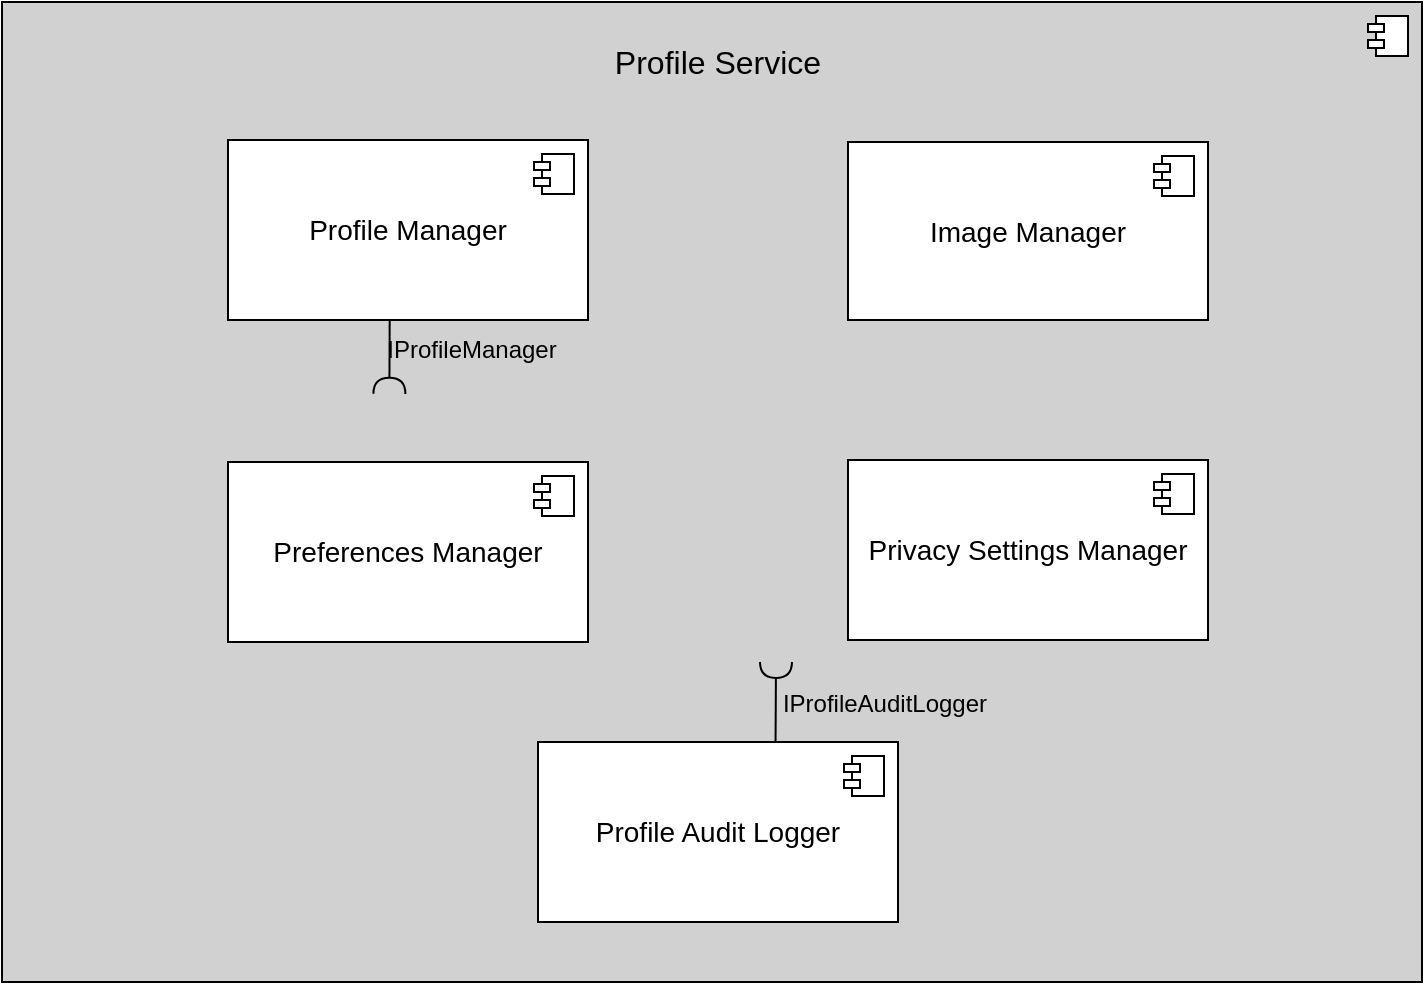
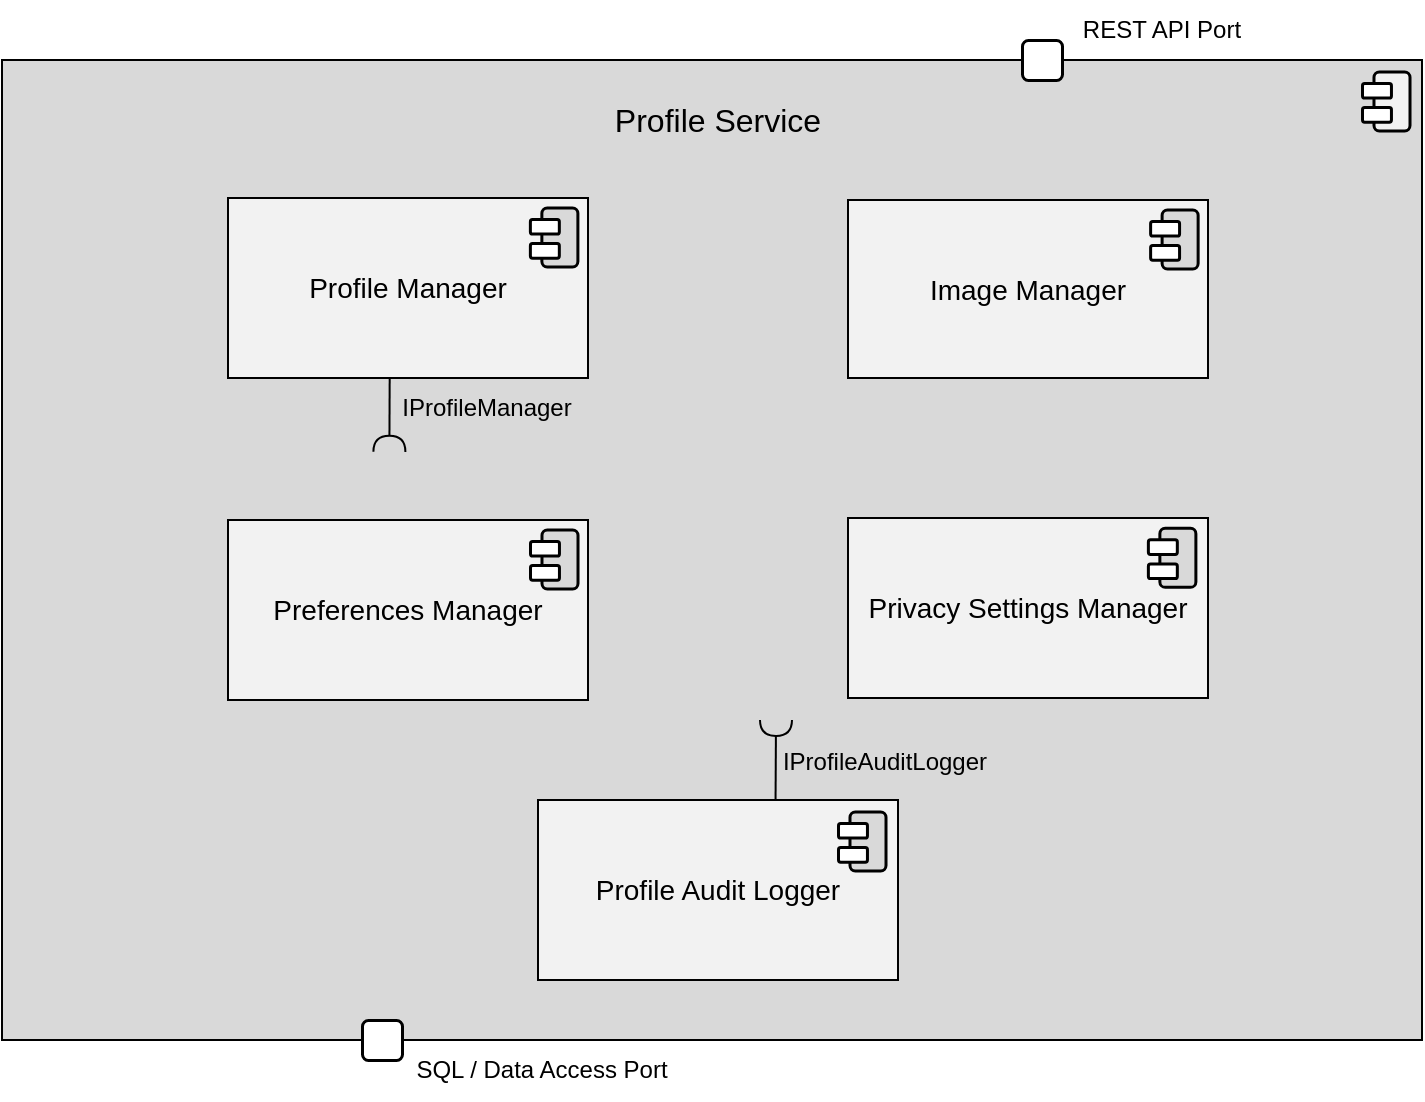
<mxfile host="app.diagrams.net">
  <diagram name="Page-1" id="Py3juHFD58z0cr8qg1av">
-     <mxGraphModel dx="1030" dy="623" grid="1" gridSize="10" guides="1" tooltips="1" connect="1" arrows="1" fold="1" page="1" pageScale="1" pageWidth="850" pageHeight="1100" background="#ffffff" math="0" shadow="0">
+     <mxGraphModel dx="927" dy="850" grid="1" gridSize="10" guides="1" tooltips="1" connect="1" arrows="1" fold="1" page="1" pageScale="1" pageWidth="850" pageHeight="1100" background="#ffffff" math="0" shadow="0">
      <root>
        <mxCell id="0" />
        <mxCell id="1" parent="0" />
-         <mxCell id="z4I_hjOBN-ivAa0aqsfb-10" parent="1" style="html=1;dropTarget=0;whiteSpace=wrap;fillColor=#D1D1D1;" value="" vertex="1">
-           <mxGeometry height="490" width="710" x="75" y="20" as="geometry" />
-         </mxCell>
-         <mxCell id="z4I_hjOBN-ivAa0aqsfb-11" parent="z4I_hjOBN-ivAa0aqsfb-10" style="shape=module;jettyWidth=8;jettyHeight=4;" value="" vertex="1">
-           <mxGeometry height="20" relative="1" width="20" x="1" as="geometry">
-             <mxPoint x="-27" y="7" as="offset" />
-           </mxGeometry>
+         <mxCell id="z4I_hjOBN-ivAa0aqsfb-10" parent="1" style="html=1;dropTarget=0;whiteSpace=wrap;fillColor=#D9D9D9;" value="" vertex="1">
+           <mxGeometry height="490" width="710" x="70" y="305" as="geometry" />
        </mxCell>
        <mxCell id="tTuNCI0Hu_eXMR3PhzNZ-4" parent="1" style="ellipse;whiteSpace=wrap;html=1;align=center;aspect=fixed;fillColor=none;strokeColor=none;resizable=0;perimeter=centerPerimeter;rotatable=0;allowArrows=0;points=[];outlineConnect=1;" value="" vertex="1">
-           <mxGeometry height="10" width="10" x="440" y="200" as="geometry" />
+           <mxGeometry height="10" width="10" x="435" y="485" as="geometry" />
        </mxCell>
-         <mxCell id="AhYmS4d0D3Z7Zr6uvmVJ-4" parent="1" style="text;html=1;whiteSpace=wrap;strokeColor=none;fillColor=none;align=center;verticalAlign=middle;rounded=0;fontSize=16;" value="&lt;font face=&quot;Arial&quot;&gt;Profile Service&lt;/font&gt;" vertex="1">
-           <mxGeometry height="40" width="130" x="368" y="30" as="geometry" />
+         <mxCell id="AhYmS4d0D3Z7Zr6uvmVJ-4" parent="1" style="text;html=1;whiteSpace=wrap;strokeColor=none;fillColor=none;align=center;verticalAlign=middle;rounded=0;fontSize=16;fontFamily=Arial;" value="&lt;font&gt;Profile Service&lt;/font&gt;" vertex="1">
+           <mxGeometry height="40" width="130" x="363" y="315" as="geometry" />
        </mxCell>
-         <mxCell id="z4I_hjOBN-ivAa0aqsfb-2" parent="1" style="html=1;dropTarget=0;whiteSpace=wrap;" value="&lt;font face=&quot;Arial&quot;&gt;&lt;span style=&quot;font-size: 14px;&quot;&gt;Profile Manager&lt;/span&gt;&lt;/font&gt;" vertex="1">
-           <mxGeometry height="90" width="180" x="188" y="89" as="geometry" />
+         <mxCell id="z4I_hjOBN-ivAa0aqsfb-2" parent="1" style="html=1;dropTarget=0;whiteSpace=wrap;fillColor=#F2F2F2;fontFamily=Arial;" value="&lt;font&gt;&lt;span style=&quot;font-size: 14px;&quot;&gt;Profile Manager&lt;/span&gt;&lt;/font&gt;" vertex="1">
+           <mxGeometry height="90" width="180" x="183" y="374" as="geometry" />
        </mxCell>
-         <mxCell id="z4I_hjOBN-ivAa0aqsfb-3" parent="z4I_hjOBN-ivAa0aqsfb-2" style="shape=module;jettyWidth=8;jettyHeight=4;" value="" vertex="1">
-           <mxGeometry height="20" relative="1" width="20" x="1" as="geometry">
-             <mxPoint x="-27" y="7" as="offset" />
-           </mxGeometry>
+         <mxCell id="z4I_hjOBN-ivAa0aqsfb-4" parent="1" style="html=1;dropTarget=0;whiteSpace=wrap;fillColor=#F2F2F2;fontFamily=Arial;" value="&lt;div&gt;&lt;font&gt;&lt;span style=&quot;font-size: 14px;&quot;&gt;Preferences Manager&lt;/span&gt;&lt;/font&gt;&lt;/div&gt;" vertex="1">
+           <mxGeometry height="90" width="180" x="183" y="535" as="geometry" />
        </mxCell>
-         <mxCell id="z4I_hjOBN-ivAa0aqsfb-4" parent="1" style="html=1;dropTarget=0;whiteSpace=wrap;" value="&lt;div&gt;&lt;font face=&quot;Arial&quot;&gt;&lt;span style=&quot;font-size: 14px;&quot;&gt;Preferences Manager&lt;/span&gt;&lt;/font&gt;&lt;/div&gt;" vertex="1">
-           <mxGeometry height="90" width="180" x="188" y="250" as="geometry" />
+         <mxCell id="z4I_hjOBN-ivAa0aqsfb-6" parent="1" style="html=1;dropTarget=0;whiteSpace=wrap;fillColor=#F2F2F2;fontFamily=Arial;" value="&lt;font&gt;&lt;span style=&quot;font-size: 14px;&quot;&gt;Privacy Settings Manager&lt;/span&gt;&lt;/font&gt;" vertex="1">
+           <mxGeometry height="90" width="180" x="493" y="534" as="geometry" />
        </mxCell>
-         <mxCell id="z4I_hjOBN-ivAa0aqsfb-5" parent="z4I_hjOBN-ivAa0aqsfb-4" style="shape=module;jettyWidth=8;jettyHeight=4;" value="" vertex="1">
-           <mxGeometry height="20" relative="1" width="20" x="1" as="geometry">
-             <mxPoint x="-27" y="7" as="offset" />
-           </mxGeometry>
+         <mxCell id="z4I_hjOBN-ivAa0aqsfb-8" parent="1" style="html=1;dropTarget=0;whiteSpace=wrap;fillColor=#F2F2F2;fontFamily=Arial;" value="&lt;font style=&quot;font-size: 14px;&quot;&gt;Image Manager&lt;/font&gt;" vertex="1">
+           <mxGeometry height="89" width="180" x="493" y="375" as="geometry" />
        </mxCell>
-         <mxCell id="z4I_hjOBN-ivAa0aqsfb-6" parent="1" style="html=1;dropTarget=0;whiteSpace=wrap;" value="&lt;span style=&quot;font-size: 14px;&quot;&gt;Privacy Settings Manager&lt;/span&gt;" vertex="1">
-           <mxGeometry height="90" width="180" x="498" y="249" as="geometry" />
-         </mxCell>
-         <mxCell id="z4I_hjOBN-ivAa0aqsfb-7" parent="z4I_hjOBN-ivAa0aqsfb-6" style="shape=module;jettyWidth=8;jettyHeight=4;" value="" vertex="1">
-           <mxGeometry height="20" relative="1" width="20" x="1" as="geometry">
-             <mxPoint x="-27" y="7" as="offset" />
-           </mxGeometry>
-         </mxCell>
-         <mxCell id="z4I_hjOBN-ivAa0aqsfb-8" parent="1" style="html=1;dropTarget=0;whiteSpace=wrap;" value="&lt;font style=&quot;font-size: 14px;&quot; face=&quot;Arial&quot; data-font-src=&quot;https://fonts.googleapis.com/css?family=Arial&quot;&gt;Image Manager&lt;/font&gt;" vertex="1">
-           <mxGeometry height="89" width="180" x="498" y="90" as="geometry" />
-         </mxCell>
-         <mxCell id="z4I_hjOBN-ivAa0aqsfb-9" parent="z4I_hjOBN-ivAa0aqsfb-8" style="shape=module;jettyWidth=8;jettyHeight=4;" value="" vertex="1">
-           <mxGeometry height="20" relative="1" width="20" x="1" as="geometry">
-             <mxPoint x="-27" y="7" as="offset" />
-           </mxGeometry>
-         </mxCell>
-         <mxCell id="FxNRL7uggNpci9tqDA-o-2" parent="1" style="html=1;dropTarget=0;whiteSpace=wrap;" value="&lt;font face=&quot;Arial&quot;&gt;&lt;span style=&quot;font-size: 14px;&quot;&gt;Profile Audit Logger&lt;/span&gt;&lt;/font&gt;" vertex="1">
-           <mxGeometry height="90" width="180" x="343" y="390" as="geometry" />
-         </mxCell>
-         <mxCell id="FxNRL7uggNpci9tqDA-o-3" parent="FxNRL7uggNpci9tqDA-o-2" style="shape=module;jettyWidth=8;jettyHeight=4;" value="" vertex="1">
-           <mxGeometry height="20" relative="1" width="20" x="1" as="geometry">
-             <mxPoint x="-27" y="7" as="offset" />
-           </mxGeometry>
+         <mxCell id="FxNRL7uggNpci9tqDA-o-2" parent="1" style="html=1;dropTarget=0;whiteSpace=wrap;fillColor=#F2F2F2;fontFamily=Arial;" value="&lt;font&gt;&lt;span style=&quot;font-size: 14px;&quot;&gt;Profile Audit Logger&lt;/span&gt;&lt;/font&gt;" vertex="1">
+           <mxGeometry height="90" width="180" x="338" y="675" as="geometry" />
        </mxCell>
        <mxCell id="FxNRL7uggNpci9tqDA-o-7" parent="1" style="ellipse;whiteSpace=wrap;html=1;align=center;aspect=fixed;fillColor=none;strokeColor=none;resizable=0;perimeter=centerPerimeter;rotatable=0;allowArrows=0;points=[];outlineConnect=1;" value="" vertex="1">
-           <mxGeometry height="10" width="10" x="406" y="339" as="geometry" />
+           <mxGeometry height="10" width="10" x="401" y="624" as="geometry" />
        </mxCell>
        <mxCell id="FxNRL7uggNpci9tqDA-o-18" parent="1" style="ellipse;whiteSpace=wrap;html=1;align=center;aspect=fixed;fillColor=none;strokeColor=none;resizable=0;perimeter=centerPerimeter;rotatable=0;allowArrows=0;points=[];outlineConnect=1;" value="" vertex="1">
-           <mxGeometry height="10" width="10" x="410" y="366" as="geometry" />
+           <mxGeometry height="10" width="10" x="405" y="651" as="geometry" />
        </mxCell>
        <mxCell id="FxNRL7uggNpci9tqDA-o-20" parent="1" style="ellipse;whiteSpace=wrap;html=1;align=center;aspect=fixed;fillColor=none;strokeColor=none;resizable=0;perimeter=centerPerimeter;rotatable=0;allowArrows=0;points=[];outlineConnect=1;" value="" vertex="1">
-           <mxGeometry height="10" width="10" x="390" y="330" as="geometry" />
+           <mxGeometry height="10" width="10" x="385" y="615" as="geometry" />
        </mxCell>
        <mxCell id="FxNRL7uggNpci9tqDA-o-25" parent="1" style="ellipse;whiteSpace=wrap;html=1;align=center;aspect=fixed;fillColor=none;strokeColor=none;resizable=0;perimeter=centerPerimeter;rotatable=0;allowArrows=0;points=[];outlineConnect=1;" value="" vertex="1">
-           <mxGeometry height="10" width="10" x="390" y="230" as="geometry" />
+           <mxGeometry height="10" width="10" x="385" y="515" as="geometry" />
        </mxCell>
        <mxCell id="FxNRL7uggNpci9tqDA-o-27" edge="1" parent="1" style="rounded=0;orthogonalLoop=1;jettySize=auto;html=1;endArrow=halfCircle;endFill=0;endSize=6;strokeWidth=1;sketch=0;fontSize=12;curved=1;exitX=0.438;exitY=1.042;exitDx=0;exitDy=0;exitPerimeter=0;entryX=0.27;entryY=0.408;entryDx=0;entryDy=0;entryPerimeter=0;" value="">
          <mxGeometry relative="1" as="geometry">
-             <mxPoint x="268.8399999999999" y="178.77999999999997" as="sourcePoint" />
-             <mxPoint x="268.70000000000005" y="215.91999999999996" as="targetPoint" />
+             <mxPoint x="263.8399999999999" y="463.78" as="sourcePoint" />
+             <mxPoint x="263.70000000000005" y="500.91999999999996" as="targetPoint" />
          </mxGeometry>
        </mxCell>
        <mxCell id="FxNRL7uggNpci9tqDA-o-28" parent="1" style="ellipse;whiteSpace=wrap;html=1;align=center;aspect=fixed;fillColor=none;strokeColor=none;resizable=0;perimeter=centerPerimeter;rotatable=0;allowArrows=0;points=[];outlineConnect=1;" value="" vertex="1">
-           <mxGeometry height="10" width="10" x="430" y="270" as="geometry" />
+           <mxGeometry height="10" width="10" x="425" y="555" as="geometry" />
        </mxCell>
        <mxCell id="FxNRL7uggNpci9tqDA-o-29" edge="1" parent="1" style="rounded=0;orthogonalLoop=1;jettySize=auto;html=1;endArrow=halfCircle;endFill=0;endSize=6;strokeWidth=1;sketch=0;fontSize=12;curved=1;exitX=0.621;exitY=0;exitDx=0;exitDy=0;exitPerimeter=0;" value="">
          <mxGeometry relative="1" as="geometry">
-             <mxPoint x="461.78" y="390" as="sourcePoint" />
-             <mxPoint x="462" y="350" as="targetPoint" />
+             <mxPoint x="456.78" y="675" as="sourcePoint" />
+             <mxPoint x="457" y="635" as="targetPoint" />
          </mxGeometry>
        </mxCell>
        <mxCell id="FxNRL7uggNpci9tqDA-o-30" parent="1" style="ellipse;whiteSpace=wrap;html=1;align=center;aspect=fixed;fillColor=none;strokeColor=none;resizable=0;perimeter=centerPerimeter;rotatable=0;allowArrows=0;points=[];outlineConnect=1;" value="" vertex="1">
-           <mxGeometry height="10" width="10" x="440" y="270" as="geometry" />
+           <mxGeometry height="10" width="10" x="435" y="555" as="geometry" />
        </mxCell>
-         <mxCell id="FxNRL7uggNpci9tqDA-o-32" parent="1" style="text;html=1;whiteSpace=wrap;strokeColor=none;fillColor=none;align=center;verticalAlign=middle;rounded=0;" value="IProfileManager" vertex="1">
-           <mxGeometry height="30" width="80" x="270" y="179" as="geometry" />
+         <mxCell id="FxNRL7uggNpci9tqDA-o-32" parent="1" style="text;html=1;whiteSpace=wrap;strokeColor=none;fillColor=none;align=center;verticalAlign=middle;rounded=0;fontFamily=Arial;" value="&lt;font&gt;IProfileManager&lt;/font&gt;" vertex="1">
+           <mxGeometry height="30" width="95" x="265" y="464" as="geometry" />
        </mxCell>
-         <mxCell id="FxNRL7uggNpci9tqDA-o-34" parent="1" style="text;html=1;whiteSpace=wrap;strokeColor=none;fillColor=none;align=center;verticalAlign=middle;rounded=0;" value="IProfileAuditLogger" vertex="1">
-           <mxGeometry height="30" width="107" x="463" y="356" as="geometry" />
+         <mxCell id="FxNRL7uggNpci9tqDA-o-34" parent="1" style="text;html=1;whiteSpace=wrap;strokeColor=none;fillColor=none;align=center;verticalAlign=middle;rounded=0;fontFamily=Arial;" value="&lt;font&gt;IProfileAuditLogger&lt;/font&gt;" vertex="1">
+           <mxGeometry height="30" width="107" x="458" y="641" as="geometry" />
+         </mxCell>
+         <mxCell id="Wh2qHEt9_GKPc0jqY9mb-1" connectable="0" parent="1" style="group;rounded=1;fontFamily=Arial;" value="" vertex="1">
+           <mxGeometry height="29.81" width="25.06" x="333.94" y="379" as="geometry" />
+         </mxCell>
+         <mxCell id="Wh2qHEt9_GKPc0jqY9mb-2" parent="Wh2qHEt9_GKPc0jqY9mb-1" style="rounded=1;whiteSpace=wrap;html=1;rotation=-90;strokeWidth=1.5;fillStyle=solid;fillColor=light-dark(#D9D9D9,#FFFFFF);fontFamily=Arial;" value="" vertex="1">
+           <mxGeometry height="18.01036073619632" width="29.492996389891648" x="0.004083754512631321" y="5.47981963190188" as="geometry" />
+         </mxCell>
+         <mxCell id="Wh2qHEt9_GKPc0jqY9mb-3" parent="Wh2qHEt9_GKPc0jqY9mb-1" style="rounded=1;whiteSpace=wrap;html=1;strokeWidth=1.5;fillStyle=solid;fillColor=#FFFFFF;fontFamily=Arial;" value="" vertex="1">
+           <mxGeometry height="7.315337423312883" width="14.475090252707556" y="5.4828453987730095" as="geometry" />
+         </mxCell>
+         <mxCell id="Wh2qHEt9_GKPc0jqY9mb-4" parent="Wh2qHEt9_GKPc0jqY9mb-1" style="rounded=1;whiteSpace=wrap;html=1;strokeWidth=1.5;fillStyle=solid;fillColor=#FFFFFF;fontFamily=Arial;" value="" vertex="1">
+           <mxGeometry height="7.315337423312883" width="14.475090252707556" y="17.553152147239267" as="geometry" />
+         </mxCell>
+         <mxCell id="Wh2qHEt9_GKPc0jqY9mb-6" connectable="0" parent="1" style="group;rounded=1;fontFamily=Arial;" value="" vertex="1">
+           <mxGeometry height="29.81" width="25.06" x="334" y="540" as="geometry" />
+         </mxCell>
+         <mxCell id="Wh2qHEt9_GKPc0jqY9mb-7" parent="Wh2qHEt9_GKPc0jqY9mb-6" style="rounded=1;whiteSpace=wrap;html=1;rotation=-90;strokeWidth=1.5;fillStyle=solid;fillColor=light-dark(#D9D9D9,#FFFFFF);fontFamily=Arial;" value="" vertex="1">
+           <mxGeometry height="18.01036073619632" width="29.492996389891648" x="0.004083754512631321" y="5.47981963190188" as="geometry" />
+         </mxCell>
+         <mxCell id="Wh2qHEt9_GKPc0jqY9mb-8" parent="Wh2qHEt9_GKPc0jqY9mb-6" style="rounded=1;whiteSpace=wrap;html=1;strokeWidth=1.5;fillStyle=solid;fillColor=#FFFFFF;fontFamily=Arial;" value="" vertex="1">
+           <mxGeometry height="7.315337423312883" width="14.475090252707556" y="5.4828453987730095" as="geometry" />
+         </mxCell>
+         <mxCell id="Wh2qHEt9_GKPc0jqY9mb-9" parent="Wh2qHEt9_GKPc0jqY9mb-6" style="rounded=1;whiteSpace=wrap;html=1;strokeWidth=1.5;fillStyle=solid;fillColor=#FFFFFF;fontFamily=Arial;" value="" vertex="1">
+           <mxGeometry height="7.315337423312883" width="14.475090252707556" y="17.553152147239267" as="geometry" />
+         </mxCell>
+         <mxCell id="Wh2qHEt9_GKPc0jqY9mb-10" connectable="0" parent="1" style="group;rounded=1;fontFamily=Arial;" value="" vertex="1">
+           <mxGeometry height="29.81" width="25.06" x="644.06" y="380" as="geometry" />
+         </mxCell>
+         <mxCell id="Wh2qHEt9_GKPc0jqY9mb-11" parent="Wh2qHEt9_GKPc0jqY9mb-10" style="rounded=1;whiteSpace=wrap;html=1;rotation=-90;strokeWidth=1.5;fillStyle=solid;fillColor=light-dark(#D9D9D9,#FFFFFF);fontFamily=Arial;" value="" vertex="1">
+           <mxGeometry height="18.01036073619632" width="29.492996389891648" x="0.004083754512631321" y="5.47981963190188" as="geometry" />
+         </mxCell>
+         <mxCell id="Wh2qHEt9_GKPc0jqY9mb-12" parent="Wh2qHEt9_GKPc0jqY9mb-10" style="rounded=1;whiteSpace=wrap;html=1;strokeWidth=1.5;fillStyle=solid;fillColor=#FFFFFF;fontFamily=Arial;" value="" vertex="1">
+           <mxGeometry height="7.315337423312883" width="14.475090252707556" y="5.4828453987730095" as="geometry" />
+         </mxCell>
+         <mxCell id="Wh2qHEt9_GKPc0jqY9mb-13" parent="Wh2qHEt9_GKPc0jqY9mb-10" style="rounded=1;whiteSpace=wrap;html=1;strokeWidth=1.5;fillStyle=solid;fillColor=#FFFFFF;fontFamily=Arial;" value="" vertex="1">
+           <mxGeometry height="7.315337423312883" width="14.475090252707556" y="17.553152147239267" as="geometry" />
+         </mxCell>
+         <mxCell id="Wh2qHEt9_GKPc0jqY9mb-14" connectable="0" parent="1" style="group;rounded=1;fontFamily=Arial;" value="" vertex="1">
+           <mxGeometry height="29.81" width="25.06" x="642.9399999999999" y="539.19" as="geometry" />
+         </mxCell>
+         <mxCell id="Wh2qHEt9_GKPc0jqY9mb-15" parent="Wh2qHEt9_GKPc0jqY9mb-14" style="rounded=1;whiteSpace=wrap;html=1;rotation=-90;strokeWidth=1.5;fillStyle=solid;fillColor=light-dark(#D9D9D9,#FFFFFF);fontFamily=Arial;" value="" vertex="1">
+           <mxGeometry height="18.01036073619632" width="29.492996389891648" x="0.004083754512631321" y="5.47981963190188" as="geometry" />
+         </mxCell>
+         <mxCell id="Wh2qHEt9_GKPc0jqY9mb-16" parent="Wh2qHEt9_GKPc0jqY9mb-14" style="rounded=1;whiteSpace=wrap;html=1;strokeWidth=1.5;fillStyle=solid;fillColor=#FFFFFF;fontFamily=Arial;" value="" vertex="1">
+           <mxGeometry height="7.315337423312883" width="14.475090252707556" y="5.4828453987730095" as="geometry" />
+         </mxCell>
+         <mxCell id="Wh2qHEt9_GKPc0jqY9mb-17" parent="Wh2qHEt9_GKPc0jqY9mb-14" style="rounded=1;whiteSpace=wrap;html=1;strokeWidth=1.5;fillStyle=solid;fillColor=#FFFFFF;fontFamily=Arial;" value="" vertex="1">
+           <mxGeometry height="7.315337423312883" width="14.475090252707556" y="17.553152147239267" as="geometry" />
+         </mxCell>
+         <mxCell id="Wh2qHEt9_GKPc0jqY9mb-18" connectable="0" parent="1" style="group;rounded=1;fontFamily=Arial;" value="" vertex="1">
+           <mxGeometry height="29.81" width="25.06" x="488" y="681" as="geometry" />
+         </mxCell>
+         <mxCell id="Wh2qHEt9_GKPc0jqY9mb-19" parent="Wh2qHEt9_GKPc0jqY9mb-18" style="rounded=1;whiteSpace=wrap;html=1;rotation=-90;strokeWidth=1.5;fillStyle=solid;fillColor=light-dark(#D9D9D9,#FFFFFF);fontFamily=Arial;" value="" vertex="1">
+           <mxGeometry height="18.01036073619632" width="29.492996389891648" x="0.004083754512631321" y="5.47981963190188" as="geometry" />
+         </mxCell>
+         <mxCell id="Wh2qHEt9_GKPc0jqY9mb-20" parent="Wh2qHEt9_GKPc0jqY9mb-18" style="rounded=1;whiteSpace=wrap;html=1;strokeWidth=1.5;fillStyle=solid;fillColor=#FFFFFF;fontFamily=Arial;" value="" vertex="1">
+           <mxGeometry height="7.315337423312883" width="14.475090252707556" y="5.4828453987730095" as="geometry" />
+         </mxCell>
+         <mxCell id="Wh2qHEt9_GKPc0jqY9mb-21" parent="Wh2qHEt9_GKPc0jqY9mb-18" style="rounded=1;whiteSpace=wrap;html=1;strokeWidth=1.5;fillStyle=solid;fillColor=#FFFFFF;fontFamily=Arial;" value="" vertex="1">
+           <mxGeometry height="7.315337423312883" width="14.475090252707556" y="17.553152147239267" as="geometry" />
+         </mxCell>
+         <mxCell id="Wh2qHEt9_GKPc0jqY9mb-23" connectable="0" parent="1" style="group;rounded=1;fontFamily=Arial;" value="" vertex="1">
+           <mxGeometry height="29.81" width="25.06" x="750" y="311" as="geometry" />
+         </mxCell>
+         <mxCell id="Wh2qHEt9_GKPc0jqY9mb-24" parent="Wh2qHEt9_GKPc0jqY9mb-23" style="rounded=1;whiteSpace=wrap;html=1;rotation=-90;strokeWidth=1.5;fillStyle=solid;fillColor=light-dark(#F2F2F2,#FFFFFF);fontFamily=Arial;" value="" vertex="1">
+           <mxGeometry height="18.01036073619632" width="29.492996389891648" x="0.004083754512631321" y="5.47981963190188" as="geometry" />
+         </mxCell>
+         <mxCell id="Wh2qHEt9_GKPc0jqY9mb-25" parent="Wh2qHEt9_GKPc0jqY9mb-23" style="rounded=1;whiteSpace=wrap;html=1;strokeWidth=1.5;fillStyle=solid;fillColor=#FFFFFF;fontFamily=Arial;" value="" vertex="1">
+           <mxGeometry height="7.315337423312883" width="14.475090252707556" y="5.4828453987730095" as="geometry" />
+         </mxCell>
+         <mxCell id="Wh2qHEt9_GKPc0jqY9mb-26" parent="Wh2qHEt9_GKPc0jqY9mb-23" style="rounded=1;whiteSpace=wrap;html=1;strokeWidth=1.5;fillStyle=solid;fillColor=#FFFFFF;fontFamily=Arial;" value="" vertex="1">
+           <mxGeometry height="7.315337423312883" width="14.475090252707556" y="17.553152147239267" as="geometry" />
+         </mxCell>
+         <mxCell id="Wh2qHEt9_GKPc0jqY9mb-27" parent="1" style="whiteSpace=wrap;html=1;aspect=fixed;strokeWidth=1.5;fillColor=#FFFFFF;rounded=1;fontFamily=Arial;" value="" vertex="1">
+           <mxGeometry height="20" width="20" x="580" y="295" as="geometry" />
+         </mxCell>
+         <mxCell id="Wh2qHEt9_GKPc0jqY9mb-28" parent="1" style="text;html=1;whiteSpace=wrap;strokeColor=none;fillColor=none;align=center;verticalAlign=middle;rounded=0;fontFamily=Arial;fontSize=12;" value="REST API Port" vertex="1">
+           <mxGeometry height="30" width="100" x="600" y="275" as="geometry" />
+         </mxCell>
+         <mxCell id="Wh2qHEt9_GKPc0jqY9mb-29" parent="1" style="whiteSpace=wrap;html=1;aspect=fixed;strokeWidth=1.5;fillColor=#FFFFFF;rounded=1;fontFamily=Arial;" value="" vertex="1">
+           <mxGeometry height="20" width="20" x="250" y="785" as="geometry" />
+         </mxCell>
+         <mxCell id="Wh2qHEt9_GKPc0jqY9mb-30" parent="1" style="text;html=1;whiteSpace=wrap;strokeColor=none;fillColor=none;align=center;verticalAlign=middle;rounded=0;fontFamily=Arial;fontSize=12;" value="SQL / Data Access Port" vertex="1">
+           <mxGeometry height="30" width="140" x="270" y="795" as="geometry" />
        </mxCell>
      </root>
    </mxGraphModel>
  </diagram>
</mxfile>
